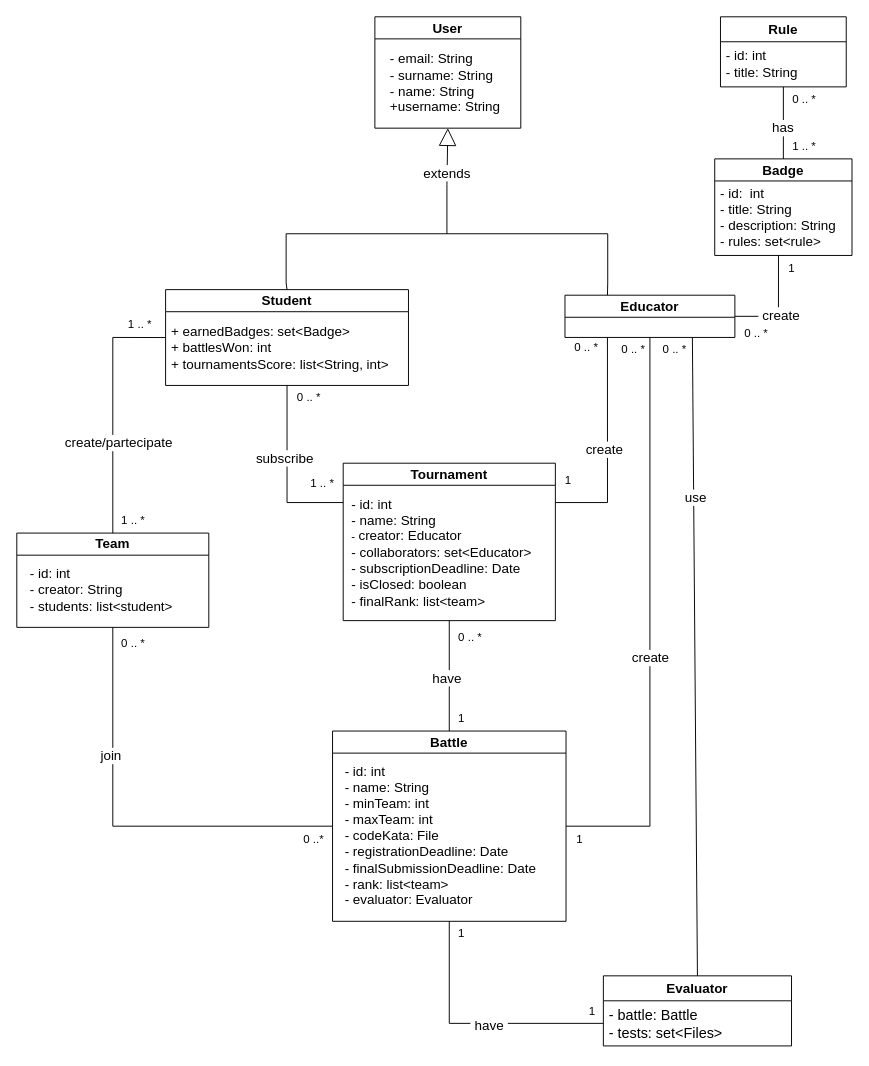
Earlier version of the draw.io diagram diagrams/class diagram (UML)/ClassDiagram.drawio (mttcrn/software-engineering-II-project). Source tidied: cells renumbered, new cells numbered last; positions are measured from the earlier drawing's top-left corner, leaving out a move shared by most shapes. Both pictures are drawn from the tidied source at 96%, with x=0, y=0 at pixel (16, 16).
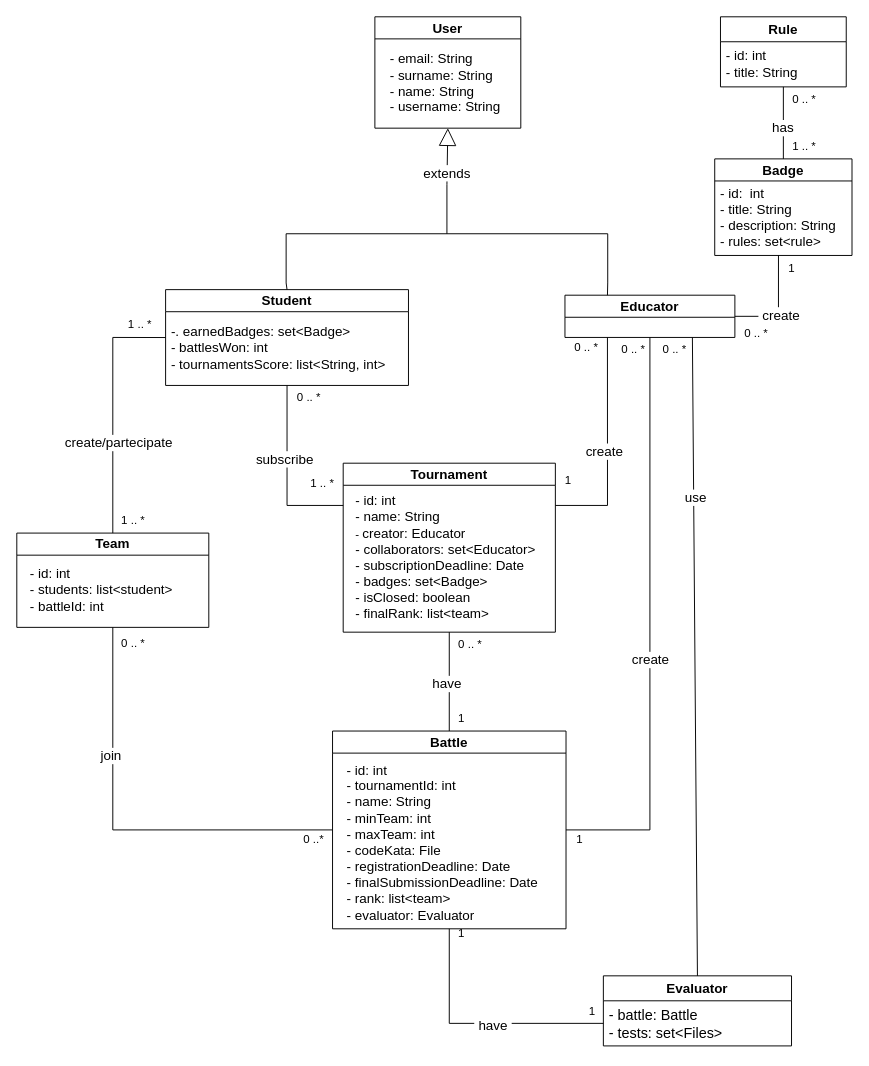
After the change.

Unchanged cells that the change refers to:
```xml
<mxCell id="2" value="&lt;font style=&quot;font-size: 14px;&quot;&gt;User&lt;/font&gt;" style="swimlane;whiteSpace=wrap;html=1;startSize=23;rounded=0;labelBackgroundColor=none;" parent="1" vertex="1">
  <mxGeometry x="373" width="152" height="116" as="geometry" />
</mxCell>
<mxCell id="4" value="&lt;font style=&quot;font-size: 14px;&quot;&gt;Student&lt;/font&gt;" style="swimlane;whiteSpace=wrap;html=1;rounded=0;labelBackgroundColor=none;" parent="1" vertex="1">
  <mxGeometry x="155" y="284.2" width="253" height="99.8" as="geometry" />
</mxCell>
<mxCell id="22" value="&lt;font style=&quot;font-size: 14px;&quot;&gt;Team&lt;/font&gt;" style="swimlane;whiteSpace=wrap;html=1;startSize=23;rounded=0;labelBackgroundColor=none;" parent="1" vertex="1">
  <mxGeometry y="537.8" width="200" height="98.2" as="geometry" />
</mxCell>
```

The edit, as a diff of the source:
```diff
@@
-    <mxCell id="3" value="&lt;div style=&quot;text-align: left;&quot;&gt;&lt;span style=&quot;font-size: 14px; background-color: initial;&quot;&gt;- email: String&amp;nbsp;&lt;/span&gt;&lt;/div&gt;&lt;font style=&quot;font-size: 14px;&quot;&gt;&lt;div style=&quot;text-align: left;&quot;&gt;&lt;span style=&quot;background-color: initial;&quot;&gt;- surname: String&lt;/span&gt;&lt;/div&gt;&lt;div style=&quot;text-align: left;&quot;&gt;&lt;span style=&quot;background-color: initial;&quot;&gt;- name: String&lt;/span&gt;&lt;/div&gt;&lt;div style=&quot;text-align: left;&quot;&gt;&lt;span style=&quot;background-color: initial;&quot;&gt;+username: String&lt;/span&gt;&lt;/div&gt;&lt;/font&gt;" style="text;html=1;align=center;verticalAlign=middle;strokeColor=none;fillColor=none;rounded=0;labelBackgroundColor=none;" parent="2" vertex="1">
+    <mxCell id="3" value="&lt;div style=&quot;text-align: left;&quot;&gt;&lt;span style=&quot;font-size: 14px; background-color: initial;&quot;&gt;- email: String&amp;nbsp;&lt;/span&gt;&lt;/div&gt;&lt;font style=&quot;font-size: 14px;&quot;&gt;&lt;div style=&quot;text-align: left;&quot;&gt;&lt;span style=&quot;background-color: initial;&quot;&gt;- surname: String&lt;/span&gt;&lt;/div&gt;&lt;div style=&quot;text-align: left;&quot;&gt;&lt;span style=&quot;background-color: initial;&quot;&gt;- name: String&lt;/span&gt;&lt;/div&gt;&lt;div style=&quot;text-align: left;&quot;&gt;&lt;span style=&quot;background-color: initial;&quot;&gt;- username: String&lt;/span&gt;&lt;/div&gt;&lt;/font&gt;" style="text;html=1;align=center;verticalAlign=middle;strokeColor=none;fillColor=none;rounded=0;labelBackgroundColor=none;" parent="2" vertex="1">
       <mxGeometry x="6" y="29" width="133" height="79" as="geometry" />
     </mxCell>
@@
-    <mxCell id="5" value="&lt;font style=&quot;font-size: 14px;&quot;&gt;+ earnedBadges: set&amp;lt;Badge&amp;gt;&lt;br&gt;+ battlesWon: int&lt;br&gt;+ tournamentsScore: list&amp;lt;String, int&amp;gt;&lt;br&gt;&lt;/font&gt;" style="text;html=1;align=left;verticalAlign=middle;strokeColor=none;fillColor=none;rounded=0;labelBackgroundColor=none;" parent="4" vertex="1">
-      <mxGeometry x="4" y="29.5" width="245" height="62" as="geometry" />
+    <mxCell id="5" value="&lt;font style=&quot;font-size: 14px;&quot;&gt;-. earnedBadges: set&amp;lt;Badge&amp;gt;&lt;br&gt;- battlesWon: int&lt;br&gt;- tournamentsScore: list&amp;lt;String, int&amp;gt;&lt;br&gt;&lt;/font&gt;" style="text;html=1;align=left;verticalAlign=middle;strokeColor=none;fillColor=none;rounded=0;labelBackgroundColor=none;" parent="4" vertex="1">
+      <mxGeometry x="4" y="29.5" width="241" height="62" as="geometry" />
     </mxCell>
@@
     <mxCell id="8" value="&lt;font style=&quot;font-size: 14px;&quot;&gt;Tournament&lt;/font&gt;" style="swimlane;whiteSpace=wrap;html=1;rounded=0;labelBackgroundColor=none;" parent="1" vertex="1">
-      <mxGeometry x="340" y="465" width="221" height="164" as="geometry" />
+      <mxGeometry x="340" y="465" width="221" height="176" as="geometry" />
     </mxCell>
-    <mxCell id="9" value="&lt;font style=&quot;&quot;&gt;&lt;span style=&quot;font-size: 14px;&quot;&gt;- id: int&lt;/span&gt;&lt;br&gt;&lt;span style=&quot;font-size: 14px;&quot;&gt;- name: String&lt;br&gt;&lt;/span&gt;- &lt;font style=&quot;font-size: 14px;&quot;&gt;creator: Educator&lt;br&gt;&lt;/font&gt;&lt;font style=&quot;font-size: 14px;&quot;&gt;- collaborators: set&amp;lt;Educator&amp;gt;&lt;/font&gt;&lt;br&gt;&lt;div style=&quot;&quot;&gt;&lt;span style=&quot;font-size: 14px;&quot;&gt;- subscriptionDeadline: Date&lt;/span&gt;&lt;/div&gt;&lt;div style=&quot;&quot;&gt;&lt;span style=&quot;font-size: 14px;&quot;&gt;- isClosed: boolean&lt;/span&gt;&lt;/div&gt;&lt;div style=&quot;&quot;&gt;&lt;span style=&quot;font-size: 14px;&quot;&gt;- finalRank: list&amp;lt;team&amp;gt;&lt;/span&gt;&lt;/div&gt;&lt;/font&gt;" style="text;html=1;align=left;verticalAlign=middle;strokeColor=none;fillColor=none;rounded=0;labelBackgroundColor=none;" parent="8" vertex="1">
-      <mxGeometry x="6.5" y="28" width="206" height="130" as="geometry" />
+    <mxCell id="9" value="&lt;font style=&quot;&quot;&gt;&lt;span style=&quot;font-size: 14px;&quot;&gt;- id: int&lt;/span&gt;&lt;br&gt;&lt;span style=&quot;font-size: 14px;&quot;&gt;- name: String&lt;br&gt;&lt;/span&gt;- &lt;font style=&quot;font-size: 14px;&quot;&gt;creator: Educator&lt;br&gt;&lt;/font&gt;&lt;font style=&quot;font-size: 14px;&quot;&gt;- collaborators: set&amp;lt;Educator&amp;gt;&lt;/font&gt;&lt;br&gt;&lt;div style=&quot;&quot;&gt;&lt;span style=&quot;font-size: 14px;&quot;&gt;- subscriptionDeadline: Date&lt;/span&gt;&lt;/div&gt;&lt;div style=&quot;&quot;&gt;&lt;span style=&quot;font-size: 14px;&quot;&gt;- badges: set&amp;lt;Badge&amp;gt;&lt;/span&gt;&lt;/div&gt;&lt;div style=&quot;&quot;&gt;&lt;span style=&quot;font-size: 14px;&quot;&gt;- isClosed: boolean&lt;/span&gt;&lt;/div&gt;&lt;div style=&quot;&quot;&gt;&lt;span style=&quot;font-size: 14px;&quot;&gt;- finalRank: list&amp;lt;team&amp;gt;&lt;/span&gt;&lt;/div&gt;&lt;/font&gt;" style="text;html=1;align=left;verticalAlign=middle;strokeColor=none;fillColor=none;rounded=0;labelBackgroundColor=none;" parent="8" vertex="1">
+      <mxGeometry x="11" y="25" width="206" height="146" as="geometry" />
     </mxCell>
@@
     <mxCell id="16" value="&lt;font style=&quot;font-size: 14px;&quot;&gt;Battle&lt;/font&gt;" style="swimlane;whiteSpace=wrap;html=1;rounded=0;labelBackgroundColor=none;" parent="1" vertex="1">
-      <mxGeometry x="328.9" y="744" width="243.2" height="198.2" as="geometry" />
+      <mxGeometry x="328.9" y="744" width="243.2" height="206" as="geometry" />
     </mxCell>
-    <mxCell id="17" value="&lt;font style=&quot;font-size: 14px;&quot;&gt;- id: int&lt;br&gt;- name: String&lt;br&gt;- minTeam: int&lt;br&gt;- maxTeam: int&lt;br&gt;- codeKata: File&lt;br&gt;- registrationDeadline: Date&lt;br&gt;- finalSubmissionDeadline: Date&lt;br&gt;- rank: list&amp;lt;team&amp;gt;&lt;br&gt;- evaluator: Evaluator&lt;br&gt;&lt;/font&gt;" style="text;html=1;align=left;verticalAlign=middle;strokeColor=none;fillColor=none;rounded=0;labelBackgroundColor=none;" parent="16" vertex="1">
-      <mxGeometry x="11.2" y="27" width="217" height="163" as="geometry" />
+    <mxCell id="17" value="&lt;font style=&quot;font-size: 14px;&quot;&gt;- id: int&lt;br&gt;- tournamentId: int&lt;br&gt;- name: String&lt;br&gt;- minTeam: int&lt;br&gt;- maxTeam: int&lt;br&gt;- codeKata: File&lt;br&gt;- registrationDeadline: Date&lt;br&gt;- finalSubmissionDeadline: Date&lt;br&gt;- rank: list&amp;lt;team&amp;gt;&lt;br&gt;- evaluator: Evaluator&lt;br&gt;&lt;/font&gt;" style="text;html=1;align=left;verticalAlign=middle;strokeColor=none;fillColor=none;rounded=0;labelBackgroundColor=none;" parent="16" vertex="1">
+      <mxGeometry x="13.1" y="26" width="217" height="180" as="geometry" />
     </mxCell>
@@
     <mxCell id="20" value="0 .. *" style="text;html=1;align=center;verticalAlign=middle;strokeColor=none;fillColor=none;rounded=0;labelBackgroundColor=none;" parent="1" vertex="1">
-      <mxGeometry x="450" y="634" width="43" height="26" as="geometry" />
+      <mxGeometry x="450" y="641" width="43" height="26" as="geometry" />
     </mxCell>
@@
-    <mxCell id="23" value="&lt;font style=&quot;font-size: 14px;&quot;&gt;- id: int&lt;br&gt;- creator: String&lt;br&gt;- students: list&amp;lt;student&amp;gt;&lt;/font&gt;" style="text;html=1;align=left;verticalAlign=middle;strokeColor=none;fillColor=none;rounded=0;labelBackgroundColor=none;" parent="22" vertex="1">
+    <mxCell id="23" value="&lt;font style=&quot;font-size: 14px;&quot;&gt;- id: int&lt;br&gt;- students: list&amp;lt;student&amp;gt;&lt;br&gt;- battleId: int&lt;br&gt;&lt;/font&gt;" style="text;html=1;align=left;verticalAlign=middle;strokeColor=none;fillColor=none;rounded=0;labelBackgroundColor=none;" parent="22" vertex="1">
       <mxGeometry x="12" y="28.2" width="167" height="62" as="geometry" />
     </mxCell>
```
